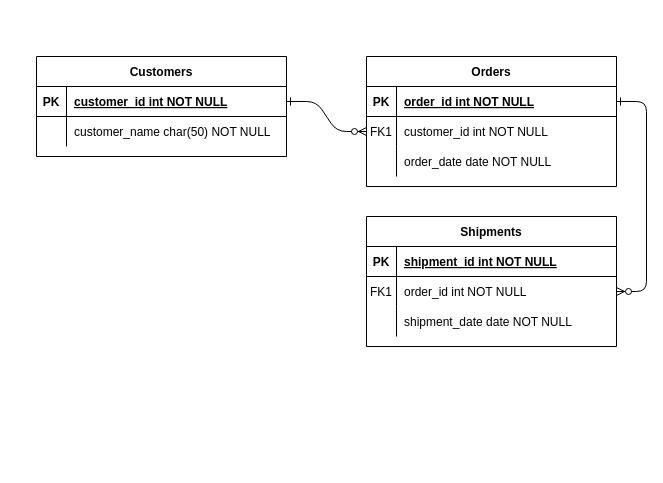
The draw.io diagram EntityRelationship/Untitled Diagram.drawio in Krxnkos/Diagrams, before the edit. Source tidied: cells renumbered, new cells numbered last; positions are measured from the earlier drawing's top-left corner, leaving out a move shared by most shapes. Both pictures are drawn from the tidied source at 100%, with x=0, y=0 at pixel (36, 56).
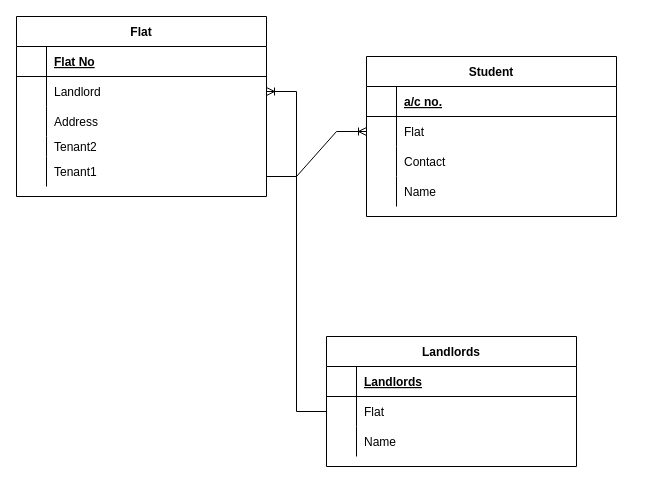
Above is the later version.

The change refers to these unchanged cells:
```xml
<mxCell id="5" style="shape=partialRectangle;fillColor=none;points=[[0,0.5],[1,0.5]];portConstraint=eastwest;top=0;left=0;right=0;bottom=1;" parent="4" vertex="1">
  <mxGeometry y="30" width="250" height="30" as="geometry" />
</mxCell>
<mxCell id="8" style="shape=partialRectangle;fillColor=none;points=[[0,0.5],[1,0.5]];portConstraint=eastwest;top=0;left=0;right=0;bottom=0;" parent="4" vertex="1">
  <mxGeometry y="60" width="250" height="30" as="geometry" />
</mxCell>
<mxCell id="11" style="shape=partialRectangle;fillColor=none;top=0;left=0;right=0;bottom=0;" parent="4" vertex="1">
  <mxGeometry y="90" width="250" height="30" as="geometry" />
</mxCell>
<mxCell id="15" style="shape=partialRectangle;fillColor=none;top=0;left=0;right=0;bottom=1;" parent="14" vertex="1">
  <mxGeometry y="30" width="250" height="30" as="geometry" />
</mxCell>
<mxCell id="18" style="shape=partialRectangle;fillColor=none;points=[[0,0.5],[1,0.5]];portConstraint=eastwest;top=0;left=0;right=0;bottom=0;" parent="14" vertex="1">
  <mxGeometry y="60" width="250" height="30" as="geometry" />
</mxCell>
<mxCell id="21" style="shape=partialRectangle;fillColor=none;top=0;left=0;right=0;bottom=0;" parent="14" vertex="1">
  <mxGeometry y="90" width="250" height="30" as="geometry" />
</mxCell>
<mxCell id="25" style="shape=partialRectangle;fillColor=none;points=[[0,0.5],[1,0.5]];portConstraint=eastwest;top=0;left=0;right=0;bottom=1;" parent="24" vertex="1">
  <mxGeometry y="30" width="250" height="30" as="geometry" />
</mxCell>
<mxCell id="28" style="shape=partialRectangle;fillColor=none;points=[[0,0.5],[1,0.5]];portConstraint=eastwest;top=0;left=0;right=0;bottom=0;" parent="24" vertex="1">
  <mxGeometry y="60" width="250" height="30" as="geometry" />
</mxCell>
```

Diff of the diagram source:
```diff
@@
-    <mxCell id="2" style="edgeStyle=entityRelationEdgeStyle;endArrow=ERzeroToMany;startArrow=ERone;endFill=1;startFill=0;" parent="1" edge="1" source="25" target="8">
-      <mxGeometry relative="1" as="geometry" />
-    </mxCell>
-    <mxCell id="3" style="edgeStyle=entityRelationEdgeStyle;endArrow=ERzeroToMany;startArrow=ERone;endFill=1;startFill=0;" parent="1" edge="1" source="5" target="18">
-      <mxGeometry relative="1" as="geometry" />
-    </mxCell>
-    <mxCell id="4" value="Orders" style="shape=table;startSize=30;childLayout=tableLayout;rowLines=0;fontStyle=1;align=center;" parent="1" vertex="1">
-      <mxGeometry x="330" width="250" height="130" as="geometry" />
+    <mxCell id="4" value="Student" style="shape=table;startSize=30;childLayout=tableLayout;rowLines=0;fontStyle=1;align=center;" parent="1" vertex="1">
+      <mxGeometry x="330" width="250" height="160" as="geometry" />
     </mxCell>
@@
-    <mxCell id="6" value="PK" style="shape=partialRectangle;overflow=hidden;fillColor=none;top=0;left=0;bottom=0;right=0;fontStyle=1;" parent="5" vertex="1">
+    <mxCell id="6" style="shape=partialRectangle;overflow=hidden;fillColor=none;top=0;left=0;bottom=0;right=0;fontStyle=1;" parent="5" vertex="1">
       <mxGeometry width="30" height="30" as="geometry" />
     </mxCell>
-    <mxCell id="7" value="order_id int NOT NULL " style="shape=partialRectangle;overflow=hidden;fillColor=none;top=0;left=0;bottom=0;right=0;align=left;spacingLeft=6;fontStyle=5;" parent="5" vertex="1">
+    <mxCell id="7" value="a/c no." style="shape=partialRectangle;overflow=hidden;fillColor=none;top=0;left=0;bottom=0;right=0;align=left;spacingLeft=6;fontStyle=5;" parent="5" vertex="1">
       <mxGeometry x="30" width="220" height="30" as="geometry" />
     </mxCell>
@@
-    <mxCell id="9" value="FK1" style="shape=partialRectangle;overflow=hidden;fillColor=none;top=0;left=0;bottom=0;right=0;" parent="8" vertex="1">
+    <mxCell id="9" style="shape=partialRectangle;overflow=hidden;fillColor=none;top=0;left=0;bottom=0;right=0;" parent="8" vertex="1">
       <mxGeometry width="30" height="30" as="geometry" />
     </mxCell>
-    <mxCell id="10" value="customer_id int NOT NULL" style="shape=partialRectangle;overflow=hidden;fillColor=none;top=0;left=0;bottom=0;right=0;align=left;spacingLeft=6;" parent="8" vertex="1">
+    <mxCell id="10" value="Flat" style="shape=partialRectangle;overflow=hidden;fillColor=none;top=0;left=0;bottom=0;right=0;align=left;spacingLeft=6;" parent="8" vertex="1">
       <mxGeometry x="30" width="220" height="30" as="geometry" />
     </mxCell>
@@
-    <mxCell id="13" value="order_date date NOT NULL" style="shape=partialRectangle;overflow=hidden;fillColor=none;top=0;left=0;bottom=0;right=0;align=left;spacingLeft=6;" parent="11" vertex="1">
+    <mxCell id="13" value="Contact" style="shape=partialRectangle;overflow=hidden;fillColor=none;top=0;left=0;bottom=0;right=0;align=left;spacingLeft=6;" parent="11" vertex="1">
       <mxGeometry x="30" width="220" height="30" as="geometry" />
     </mxCell>
+    <mxCell id="31" style="shape=partialRectangle;fillColor=none;top=0;left=0;right=0;bottom=0;" parent="4" vertex="1">
+      <mxGeometry y="120" width="250" height="30" as="geometry" />
+    </mxCell>
+    <mxCell id="32" style="shape=partialRectangle;overflow=hidden;fillColor=none;top=0;left=0;bottom=0;right=0;" parent="31" vertex="1">
+      <mxGeometry width="30" height="30" as="geometry" />
+    </mxCell>
+    <mxCell id="33" value="Name" style="shape=partialRectangle;overflow=hidden;fillColor=none;top=0;left=0;bottom=0;right=0;align=left;spacingLeft=6;" parent="31" vertex="1">
+      <mxGeometry x="30" width="220" height="30" as="geometry" />
+    </mxCell>
-    <mxCell id="14" value="Shipments" style="shape=table;startSize=30;childLayout=tableLayout;rowLines=0;fontStyle=1;align=center;" parent="1" vertex="1">
-      <mxGeometry x="330" y="160" width="250" height="130" as="geometry" />
+    <mxCell id="14" value="Landlords" style="shape=table;startSize=30;childLayout=tableLayout;rowLines=0;fontStyle=1;align=center;" parent="1" vertex="1">
+      <mxGeometry x="290" y="280" width="250" height="130" as="geometry" />
     </mxCell>
@@
-    <mxCell id="16" value="PK" style="shape=partialRectangle;overflow=hidden;fillColor=none;top=0;left=0;bottom=0;right=0;fontStyle=1;" parent="15" vertex="1">
+    <mxCell id="16" style="shape=partialRectangle;overflow=hidden;fillColor=none;top=0;left=0;bottom=0;right=0;fontStyle=1;" parent="15" vertex="1">
       <mxGeometry width="30" height="30" as="geometry" />
     </mxCell>
-    <mxCell id="17" value="shipment_id int NOT NULL " style="shape=partialRectangle;overflow=hidden;fillColor=none;top=0;left=0;bottom=0;right=0;align=left;spacingLeft=6;fontStyle=5;" parent="15" vertex="1">
+    <mxCell id="17" value="Landlords" style="shape=partialRectangle;overflow=hidden;fillColor=none;top=0;left=0;bottom=0;right=0;align=left;spacingLeft=6;fontStyle=5;" parent="15" vertex="1">
       <mxGeometry x="30" width="220" height="30" as="geometry" />
     </mxCell>
@@
-    <mxCell id="19" value="FK1" style="shape=partialRectangle;overflow=hidden;fillColor=none;top=0;left=0;bottom=0;right=0;" parent="18" vertex="1">
+    <mxCell id="19" style="shape=partialRectangle;overflow=hidden;fillColor=none;top=0;left=0;bottom=0;right=0;" parent="18" vertex="1">
       <mxGeometry width="30" height="30" as="geometry" />
     </mxCell>
-    <mxCell id="20" value="order_id int NOT NULL" style="shape=partialRectangle;overflow=hidden;fillColor=none;top=0;left=0;bottom=0;right=0;align=left;spacingLeft=6;" parent="18" vertex="1">
+    <mxCell id="20" value="Flat" style="shape=partialRectangle;overflow=hidden;fillColor=none;top=0;left=0;bottom=0;right=0;align=left;spacingLeft=6;" parent="18" vertex="1">
       <mxGeometry x="30" width="220" height="30" as="geometry" />
     </mxCell>
@@
-    <mxCell id="23" value="shipment_date date NOT NULL" style="shape=partialRectangle;overflow=hidden;fillColor=none;top=0;left=0;bottom=0;right=0;align=left;spacingLeft=6;" parent="21" vertex="1">
+    <mxCell id="23" value="Name" style="shape=partialRectangle;overflow=hidden;fillColor=none;top=0;left=0;bottom=0;right=0;align=left;spacingLeft=6;" parent="21" vertex="1">
       <mxGeometry x="30" width="220" height="30" as="geometry" />
     </mxCell>
-    <mxCell id="24" value="Customers" style="shape=table;startSize=30;childLayout=tableLayout;rowLines=0;fontStyle=1;align=center;" parent="1" vertex="1">
-      <mxGeometry width="250" height="100" as="geometry" />
+    <mxCell id="24" value="Flat" style="shape=table;startSize=30;childLayout=tableLayout;rowLines=0;fontStyle=1;align=center;" parent="1" vertex="1">
+      <mxGeometry x="-20" y="-40" width="250" height="180" as="geometry" />
     </mxCell>
@@
-    <mxCell id="26" value="PK" style="shape=partialRectangle;overflow=hidden;fillColor=none;top=0;left=0;bottom=0;right=0;fontStyle=1;" parent="25" vertex="1">
+    <mxCell id="26" style="shape=partialRectangle;overflow=hidden;fillColor=none;top=0;left=0;bottom=0;right=0;fontStyle=1;" parent="25" vertex="1">
       <mxGeometry width="30" height="30" as="geometry" />
     </mxCell>
-    <mxCell id="27" value="customer_id int NOT NULL " style="shape=partialRectangle;overflow=hidden;fillColor=none;top=0;left=0;bottom=0;right=0;align=left;spacingLeft=6;fontStyle=5;" parent="25" vertex="1">
+    <mxCell id="27" value="Flat No" style="shape=partialRectangle;overflow=hidden;fillColor=none;top=0;left=0;bottom=0;right=0;align=left;spacingLeft=6;fontStyle=5;" parent="25" vertex="1">
       <mxGeometry x="30" width="220" height="30" as="geometry" />
     </mxCell>
@@
-    <mxCell id="30" value="customer_name char(50) NOT NULL" style="shape=partialRectangle;overflow=hidden;fillColor=none;top=0;left=0;bottom=0;right=0;align=left;spacingLeft=6;" parent="28" vertex="1">
+    <mxCell id="30" value="Landlord" style="shape=partialRectangle;overflow=hidden;fillColor=none;top=0;left=0;bottom=0;right=0;align=left;spacingLeft=6;" parent="28" vertex="1">
       <mxGeometry x="30" width="220" height="30" as="geometry" />
     </mxCell>
+    <mxCell id="34" style="shape=partialRectangle;fillColor=none;top=0;left=0;right=0;bottom=0;" parent="24" vertex="1">
+      <mxGeometry y="90" width="250" height="30" as="geometry" />
+    </mxCell>
+    <mxCell id="35" style="shape=partialRectangle;overflow=hidden;fillColor=none;top=0;left=0;bottom=0;right=0;" parent="34" vertex="1">
+      <mxGeometry width="30" height="30" as="geometry" />
+    </mxCell>
+    <mxCell id="36" value="Address" style="shape=partialRectangle;overflow=hidden;fillColor=none;top=0;left=0;bottom=0;right=0;align=left;spacingLeft=6;" parent="34" vertex="1">
+      <mxGeometry x="30" width="220" height="30" as="geometry" />
+    </mxCell>
+    <mxCell id="37" style="shape=partialRectangle;fillColor=none;top=0;left=0;right=0;bottom=0;" parent="24" vertex="1">
+      <mxGeometry y="120" width="250" height="20" as="geometry" />
+    </mxCell>
+    <mxCell id="38" style="shape=partialRectangle;overflow=hidden;fillColor=none;top=0;left=0;bottom=0;right=0;" parent="37" vertex="1">
+      <mxGeometry width="30" height="20" as="geometry" />
+    </mxCell>
+    <mxCell id="39" value="Tenant2" style="shape=partialRectangle;overflow=hidden;fillColor=none;top=0;left=0;bottom=0;right=0;align=left;spacingLeft=6;" parent="37" vertex="1">
+      <mxGeometry x="30" width="220" height="20" as="geometry" />
+    </mxCell>
+    <mxCell id="40" style="shape=partialRectangle;fillColor=none;top=0;left=0;right=0;bottom=0;" parent="24" vertex="1">
+      <mxGeometry y="140" width="250" height="30" as="geometry" />
+    </mxCell>
+    <mxCell id="41" style="shape=partialRectangle;overflow=hidden;fillColor=none;top=0;left=0;bottom=0;right=0;" parent="40" vertex="1">
+      <mxGeometry width="30" height="30" as="geometry" />
+    </mxCell>
+    <mxCell id="42" value="Tenant1" style="shape=partialRectangle;overflow=hidden;fillColor=none;top=0;left=0;bottom=0;right=0;align=left;spacingLeft=6;" parent="40" vertex="1">
+      <mxGeometry x="30" width="220" height="30" as="geometry" />
+    </mxCell>
+    <mxCell id="43" style="edgeStyle=entityRelationEdgeStyle;fontSize=12;html=1;endArrow=ERoneToMany;rounded=0;exitX=0;exitY=0.5;exitDx=0;exitDy=0;entryX=1;entryY=0.5;entryDx=0;entryDy=0;" parent="1" edge="1" source="18" target="28">
+      <mxGeometry relative="1" as="geometry">
+        <Array as="points">
+          <mxPoint x="20" y="220" />
+          <mxPoint x="-40" y="220" />
+        </Array>
+      </mxGeometry>
+    </mxCell>
+    <mxCell id="44" style="edgeStyle=entityRelationEdgeStyle;fontSize=12;html=1;endArrow=ERoneToMany;rounded=0;" parent="1" edge="1" target="8">
+      <mxGeometry relative="1" as="geometry">
+        <mxPoint x="230" y="120" as="sourcePoint" />
+      </mxGeometry>
+    </mxCell>
```
